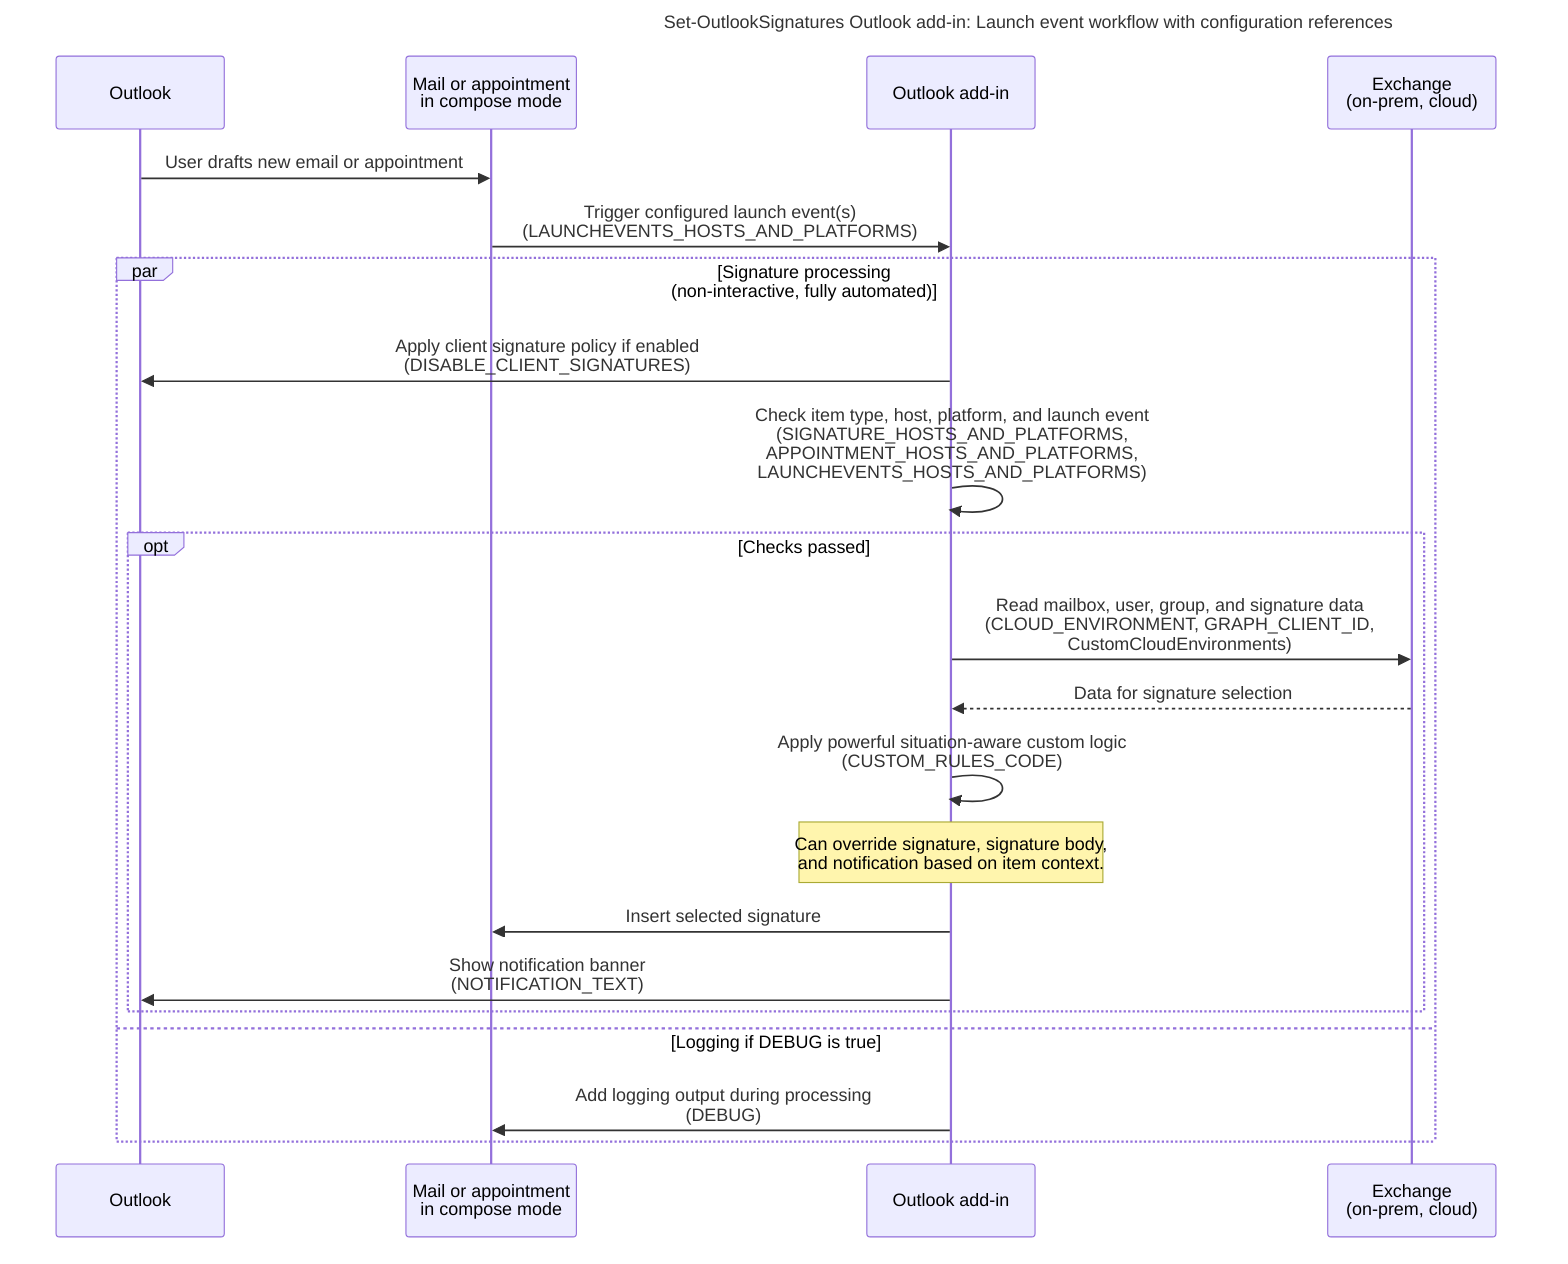
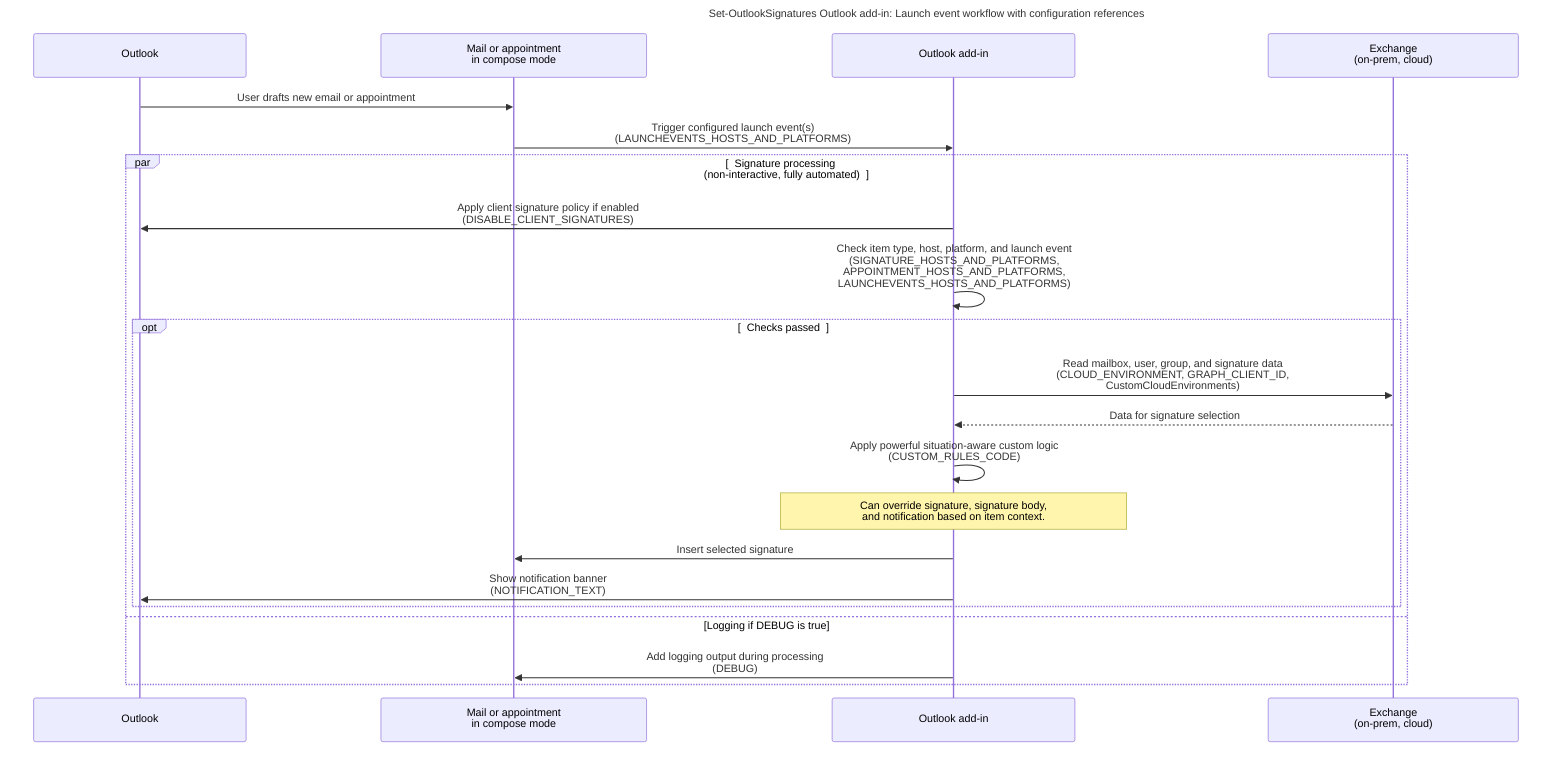
---
title: "Set-OutlookSignatures Outlook add-in: Launch event workflow with configuration references"
config:
  layout: elk
---
sequenceDiagram
-     participant Outlook
-     participant Item as Mail or appointment<br>in compose mode
-     participant AddIn as Outlook add-in
-     participant Exchange as Exchange<br>(on-prem, cloud)
+     participant Outlook as #160;#160;Outlook#160;#160;
+     participant Item as #160;#160;Mail or appointment#160;#160;<br>#160;#160;in compose mode#160;#160;
+     participant AddIn as #160;#160;Outlook add-in#160;#160;
+     participant Exchange as #160;#160;Exchange#160;#160;<br>#160;#160;(on-prem, cloud)#160;#160;

-     Outlook->>Item: User drafts new email or appointment
-     Item->>AddIn: Trigger configured launch event(s)<br>(LAUNCHEVENTS_HOSTS_AND_PLATFORMS)
+     Outlook->>Item: #160;#160;User drafts new email or appointment#160;#160;
+     Item->>AddIn: #160;#160;Trigger configured launch event(s)#160;#160;<br>#160;#160;(LAUNCHEVENTS_HOSTS_AND_PLATFORMS)#160;#160;

-     par Signature processing<br>(non-interactive, fully automated)
-         AddIn->>Outlook: Apply client signature policy if enabled<br>(DISABLE_CLIENT_SIGNATURES)
-         AddIn->>AddIn: Check item type, host, platform, and launch event<br>(SIGNATURE_HOSTS_AND_PLATFORMS,<br>APPOINTMENT_HOSTS_AND_PLATFORMS,<br>LAUNCHEVENTS_HOSTS_AND_PLATFORMS)
+     par #160;#160;Signature processing#160;#160;<br>#160;#160;(non-interactive, fully automated)#160;#160;
+         AddIn->>Outlook: #160;#160;Apply client signature policy if enabled#160;#160;<br>#160;#160;(DISABLE_CLIENT_SIGNATURES)#160;#160;
+         AddIn->>AddIn: #160;#160;Check item type, host, platform, and launch event#160;#160;<br>#160;#160;(SIGNATURE_HOSTS_AND_PLATFORMS,#160;#160;<br>#160;#160;APPOINTMENT_HOSTS_AND_PLATFORMS,#160;#160;<br>#160;#160;LAUNCHEVENTS_HOSTS_AND_PLATFORMS)#160;#160;

-         opt Checks passed
-             AddIn->>Exchange: Read mailbox, user, group, and signature data<br>(CLOUD_ENVIRONMENT, GRAPH_CLIENT_ID,<br>CustomCloudEnvironments)
-             Exchange-->>AddIn: Data for signature selection
-             AddIn->>AddIn: Apply powerful situation-aware custom logic<br>(CUSTOM_RULES_CODE)
-             Note over AddIn: Can override signature, signature body,<br>and notification based on item context.
-             AddIn->>Item: Insert selected signature
-             AddIn->>Outlook: Show notification banner<br>(NOTIFICATION_TEXT)
+         opt #160;#160;Checks passed#160;#160;
+             AddIn->>Exchange: #160;#160;Read mailbox, user, group, and signature data#160;#160;<br>#160;#160;(CLOUD_ENVIRONMENT, GRAPH_CLIENT_ID,#160;#160;<br>#160;#160;CustomCloudEnvironments)#160;#160;
+             Exchange-->>AddIn: #160;#160;Data for signature selection#160;#160;
+             AddIn->>AddIn: #160;#160;Apply powerful situation-aware custom logic#160;#160;<br>#160;#160;(CUSTOM_RULES_CODE)#160;#160;
+             Note over AddIn: #160;#160;Can override signature, signature body,#160;#160;<br>#160;#160;and notification based on item context.#160;#160;
+             AddIn->>Item: #160;#160;Insert selected signature#160;#160;
+             AddIn->>Outlook: #160;#160;Show notification banner#160;#160;<br>#160;#160;(NOTIFICATION_TEXT)#160;#160;
        end

    and Logging if DEBUG is true
-         AddIn->>Item: Add logging output during processing<br>(DEBUG)
+         AddIn->>Item: #160;#160;Add logging output during processing#160;#160;<br>#160;#160;(DEBUG)#160;#160;
    end